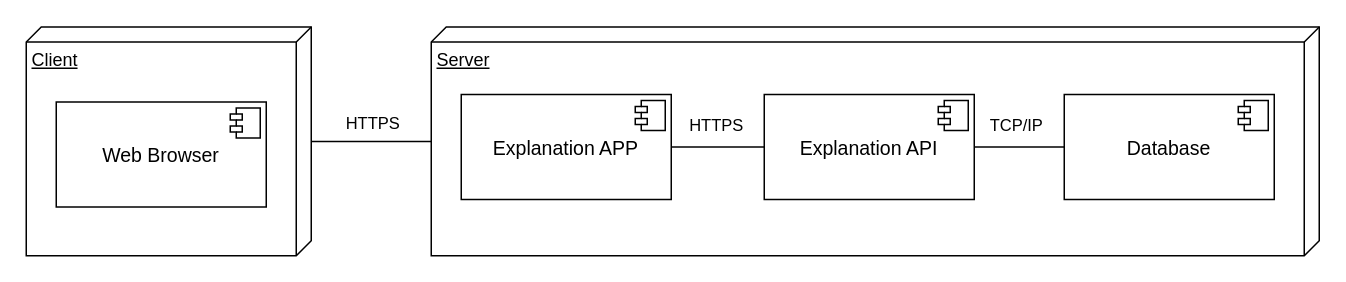
The draw.io diagram diagrams/deployment_diagram_Implement.drawio in whzd/thesis, before the edit. Source tidied: cells renumbered, new cells numbered last; positions are measured from the earlier drawing's top-left corner, leaving out a move shared by most shapes. Both pictures are drawn from the tidied source at 150%, with x=0, y=0 at pixel (26, 27).
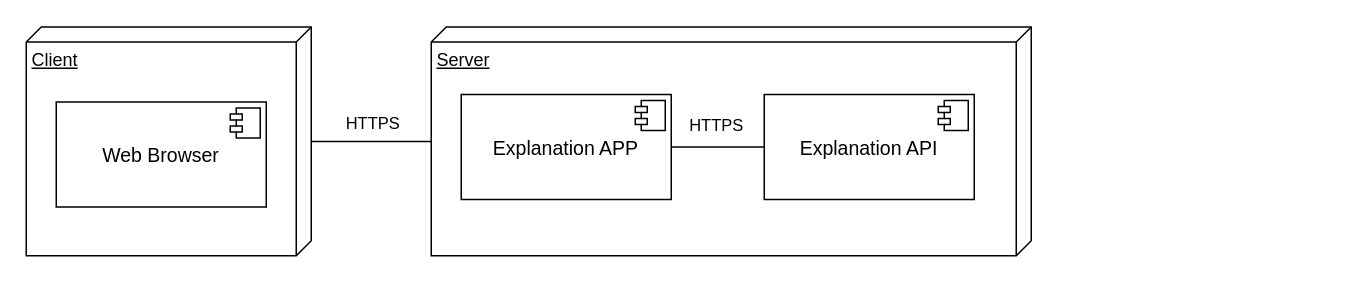
The same diagram, later.

Change to the diagram source:
```diff
@@
 <mxGraphModel>
   <root>
     <mxCell id="0" />
     <mxCell id="1" parent="0" />
     <mxCell id="2" value="Server" style="verticalAlign=top;align=left;spacingTop=8;spacingLeft=2;spacingRight=12;shape=cube;size=10;direction=south;fontStyle=4;html=1;strokeColor=#000000;" parent="1" vertex="1">
-      <mxGeometry x="270" y="-0.5" width="592" height="152.5" as="geometry" />
+      <mxGeometry x="270" y="-0.5" width="400" height="152.5" as="geometry" />
     </mxCell>
     <mxCell id="3" value="HTTPS" style="edgeStyle=orthogonalEdgeStyle;rounded=0;jettySize=auto;html=1;endArrow=none;endFill=0;" parent="1" edge="1" source="4" target="2">
       <mxGeometry x="0.03" y="12" relative="1" as="geometry" />
     </mxCell>
     <mxCell id="4" value="Client" style="verticalAlign=top;align=left;spacingTop=8;spacingLeft=2;spacingRight=12;shape=cube;size=10;direction=south;fontStyle=4;html=1;strokeColor=#000000;" parent="1" vertex="1">
       <mxGeometry y="-0.5" width="190" height="152.5" as="geometry" />
     </mxCell>
     <mxCell id="5" value="&lt;p style=&quot;margin: 0px ; margin-top: 6px ; text-align: center&quot;&gt;&lt;font style=&quot;font-size: 13px&quot;&gt;&lt;br&gt;&lt;/font&gt;&lt;/p&gt;&lt;p style=&quot;margin: 0px ; margin-top: 6px ; text-align: center&quot;&gt;&lt;font style=&quot;font-size: 13px&quot;&gt;Explanation APP&lt;/font&gt;&lt;/p&gt;" style="align=left;overflow=fill;html=1;" parent="1" vertex="1">
       <mxGeometry x="290" y="44.5" width="140" height="70" as="geometry" />
     </mxCell>
     <mxCell id="6" style="shape=component;jettyWidth=8;jettyHeight=4;" parent="5" vertex="1">
       <mxGeometry x="1" width="20" height="20" relative="1" as="geometry">
         <mxPoint x="-24" y="4" as="offset" />
       </mxGeometry>
     </mxCell>
     <mxCell id="7" value="HTTPS" style="edgeStyle=orthogonalEdgeStyle;rounded=0;jettySize=auto;html=1;endArrow=none;endFill=0;" parent="1" edge="1" source="8" target="5">
       <mxGeometry x="0.03" y="-15" relative="1" as="geometry" />
     </mxCell>
     <mxCell id="8" value="&lt;p style=&quot;margin: 0px ; margin-top: 6px ; text-align: center&quot;&gt;&lt;font style=&quot;font-size: 13px&quot;&gt;&lt;br&gt;&lt;/font&gt;&lt;/p&gt;&lt;p style=&quot;margin: 0px ; margin-top: 6px ; text-align: center&quot;&gt;&lt;font style=&quot;font-size: 13px&quot;&gt;Explanation API&lt;/font&gt;&lt;/p&gt;" style="align=left;overflow=fill;html=1;" parent="1" vertex="1">
       <mxGeometry x="492" y="44.5" width="140" height="70" as="geometry" />
     </mxCell>
     <mxCell id="9" style="shape=component;jettyWidth=8;jettyHeight=4;" parent="8" vertex="1">
       <mxGeometry x="1" width="20" height="20" relative="1" as="geometry">
         <mxPoint x="-24" y="4" as="offset" />
       </mxGeometry>
     </mxCell>
-    <mxCell id="10" value="&lt;p style=&quot;margin: 0px ; margin-top: 6px ; text-align: center&quot;&gt;&lt;font style=&quot;font-size: 13px&quot;&gt;&lt;br&gt;&lt;/font&gt;&lt;/p&gt;&lt;p style=&quot;margin: 0px ; margin-top: 6px ; text-align: center&quot;&gt;&lt;font style=&quot;font-size: 13px&quot;&gt;Database&lt;br&gt;&lt;/font&gt;&lt;/p&gt;" style="align=left;overflow=fill;html=1;" parent="1" vertex="1">
-      <mxGeometry x="692" y="44.5" width="140" height="70" as="geometry" />
-    </mxCell>
-    <mxCell id="11" style="shape=component;jettyWidth=8;jettyHeight=4;" parent="10" vertex="1">
-      <mxGeometry x="1" width="20" height="20" relative="1" as="geometry">
-        <mxPoint x="-24" y="4" as="offset" />
-      </mxGeometry>
-    </mxCell>
     <mxCell id="12" value="&lt;p style=&quot;margin: 0px ; margin-top: 6px ; text-align: center&quot;&gt;&lt;font style=&quot;font-size: 13px&quot;&gt;&lt;br&gt;&lt;/font&gt;&lt;/p&gt;&lt;p style=&quot;margin: 0px ; margin-top: 6px ; text-align: center&quot;&gt;&lt;font style=&quot;font-size: 13px&quot;&gt;Web Browser&lt;br&gt;&lt;/font&gt;&lt;/p&gt;" style="align=left;overflow=fill;html=1;" parent="1" vertex="1">
       <mxGeometry x="20" y="49.5" width="140" height="70" as="geometry" />
     </mxCell>
     <mxCell id="13" style="shape=component;jettyWidth=8;jettyHeight=4;" parent="12" vertex="1">
       <mxGeometry x="1" width="20" height="20" relative="1" as="geometry">
         <mxPoint x="-24" y="4" as="offset" />
       </mxGeometry>
     </mxCell>
-    <mxCell id="14" value="TCP/IP" style="edgeStyle=orthogonalEdgeStyle;rounded=0;jettySize=auto;html=1;endArrow=none;endFill=0;exitX=0;exitY=0.5;exitDx=0;exitDy=0;entryX=1;entryY=0.5;entryDx=0;entryDy=0;" parent="1" edge="1" source="10" target="8">
-      <mxGeometry x="0.07" y="-15" relative="1" as="geometry" />
-    </mxCell>
   </root>
 </mxGraphModel>
```
